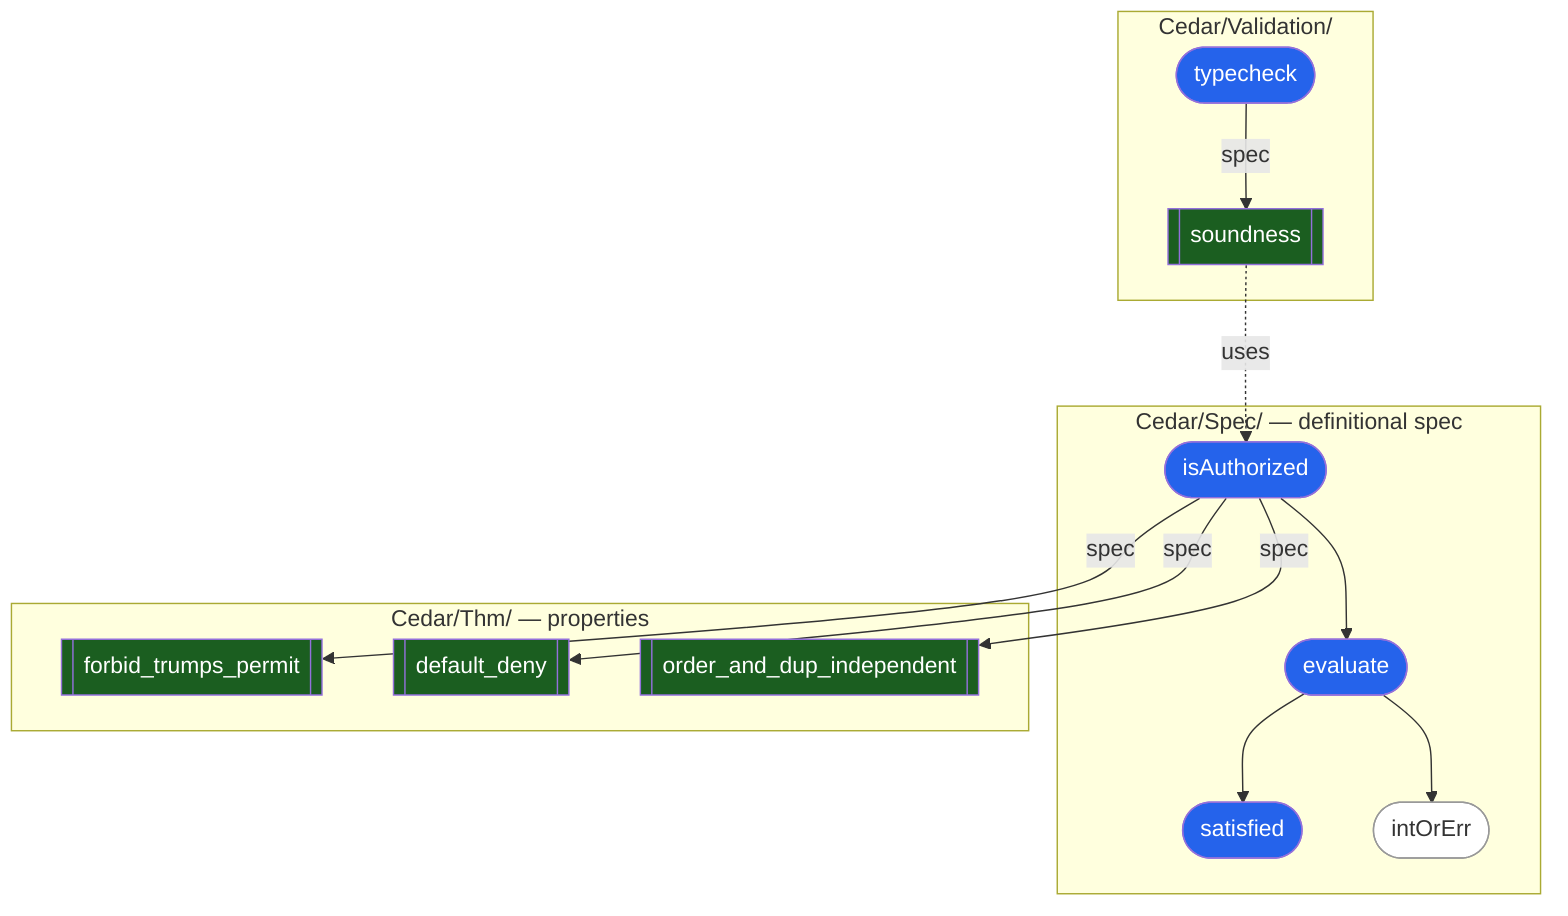
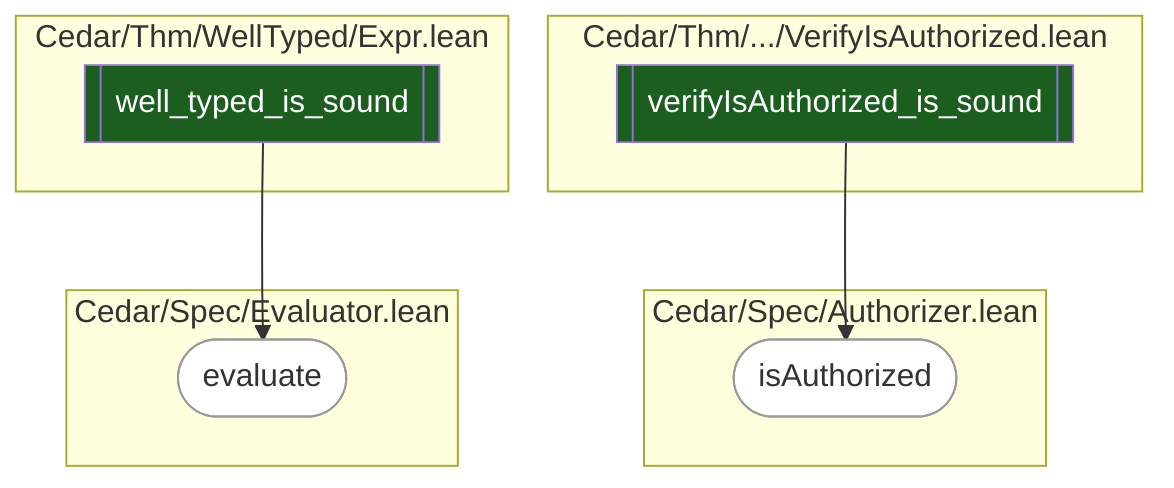
flowchart TD
-     subgraph spec ["Cedar/Spec/ — definitional spec"]
-         d1(["isAuthorized"]):::blue
-         d2(["evaluate"]):::blue
-         d3(["satisfied"]):::blue
-         d4(["intOrErr"]):::white
+     subgraph t1 ["Cedar/Thm/.../VerifyIsAuthorized.lean"]
+         tauth[["verifyIsAuthorized_is_sound"]]:::darkGreen
    end
-     subgraph thm ["Cedar/Thm/ — properties"]
-         t1[["forbid_trumps_permit"]]:::darkGreen
-         t2[["default_deny"]]:::darkGreen
-         t3[["order_and_dup_independent"]]:::darkGreen
+     subgraph t2 ["Cedar/Thm/WellTyped/Expr.lean"]
+         teval[["well_typed_is_sound"]]:::darkGreen
    end
-     subgraph validation ["Cedar/Validation/"]
-         v1(["typecheck"]):::blue
-         v2[["soundness"]]:::darkGreen
+     subgraph s1 ["Cedar/Spec/Authorizer.lean"]
+         auth(["isAuthorized"]):::white
    end
-     d1 -->|spec| t1
-     d1 -->|spec| t2
-     d1 -->|spec| t3
-     d1 --> d2
-     d2 --> d3
-     d2 --> d4
-     v1 -->|spec| v2
-     v2 -.->|uses| d1
+     subgraph s2 ["Cedar/Spec/Evaluator.lean"]
+         eval(["evaluate"]):::white
+     end
+     tauth --> auth
+     teval --> eval
    classDef white fill:#fff,color:#333,stroke:#999
-     classDef blue fill:#2563EB,color:#fff
    classDef darkGreen fill:#1B5E20,color:#fff
